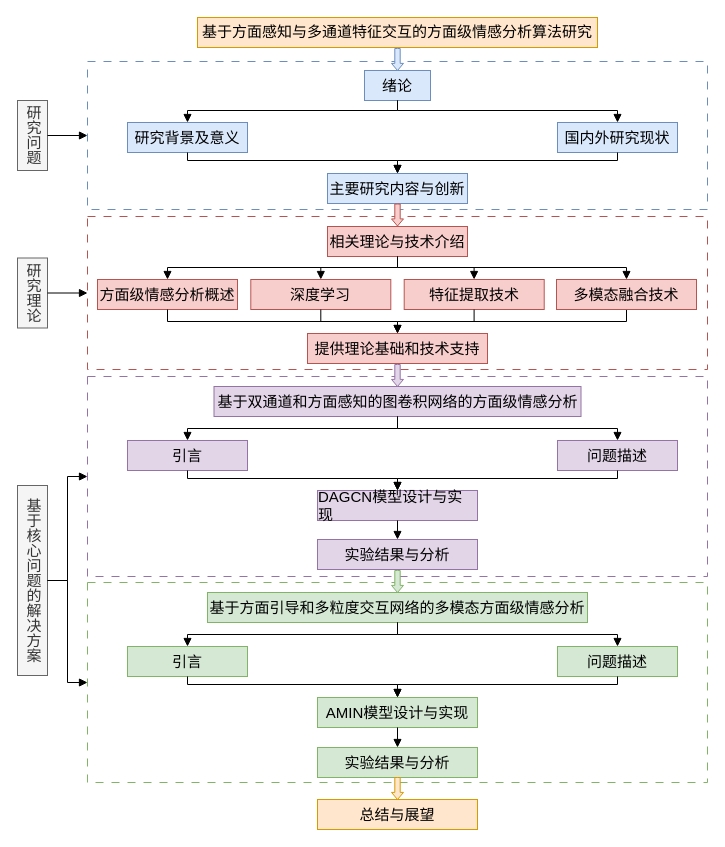
The draw.io diagram machine-learning/organizationStructure.drawio in zhaicao/images, before the edit. Source tidied: cells renumbered, new cells numbered last; positions are measured from the earlier drawing's top-left corner, leaving out a move shared by most shapes. Both pictures are drawn from the tidied source at 100%, with x=0, y=0 at pixel (17, 17).
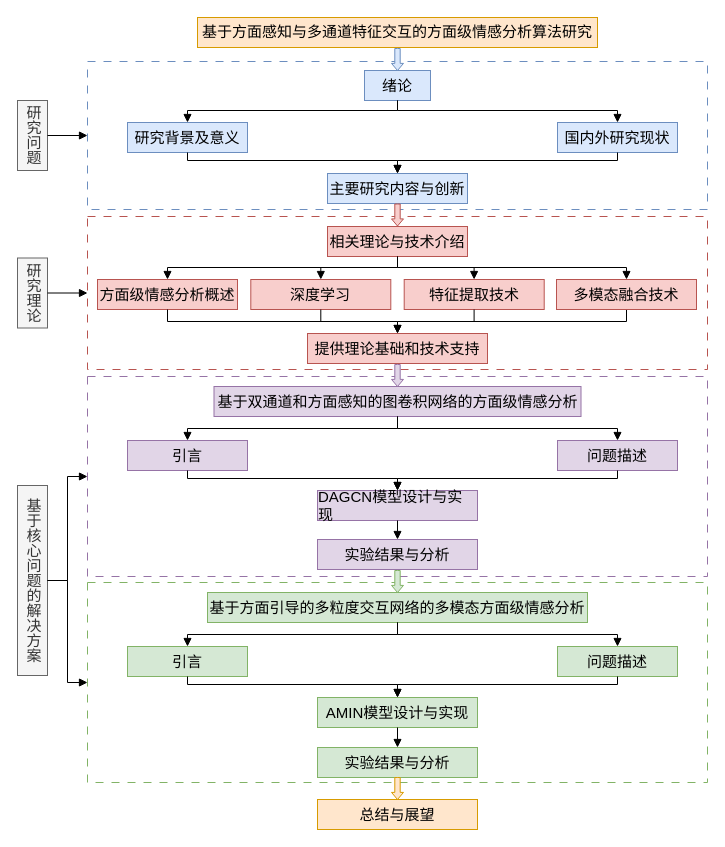
Above is the later version.

The edit, as a diff of the source:
```diff
@@
-    <mxCell id="20" value="&lt;div style=&quot;text-align: left;&quot;&gt;&lt;span style=&quot;background-color: transparent; color: light-dark(rgb(0, 0, 0), rgb(255, 255, 255));&quot;&gt;&lt;font face=&quot;黑体&quot;&gt;基于方面引导和多粒度交互网络的多模态方面级情感分析&lt;/font&gt;&lt;/span&gt;&lt;/div&gt;" style="rounded=0;whiteSpace=wrap;html=1;fontSize=15;fillColor=#d5e8d4;strokeColor=#82b366;" parent="1" vertex="1">
+    <mxCell id="20" value="&lt;div style=&quot;text-align: left;&quot;&gt;&lt;span style=&quot;background-color: transparent; color: light-dark(rgb(0, 0, 0), rgb(255, 255, 255));&quot;&gt;&lt;font face=&quot;黑体&quot;&gt;基于方面引导的多粒度交互网络的多模态方面级情感分析&lt;/font&gt;&lt;/span&gt;&lt;/div&gt;" style="rounded=0;whiteSpace=wrap;html=1;fontSize=15;fillColor=#d5e8d4;strokeColor=#82b366;" parent="1" vertex="1">
       <mxGeometry x="190" y="575" width="380" height="30" as="geometry" />
     </mxCell>
```
